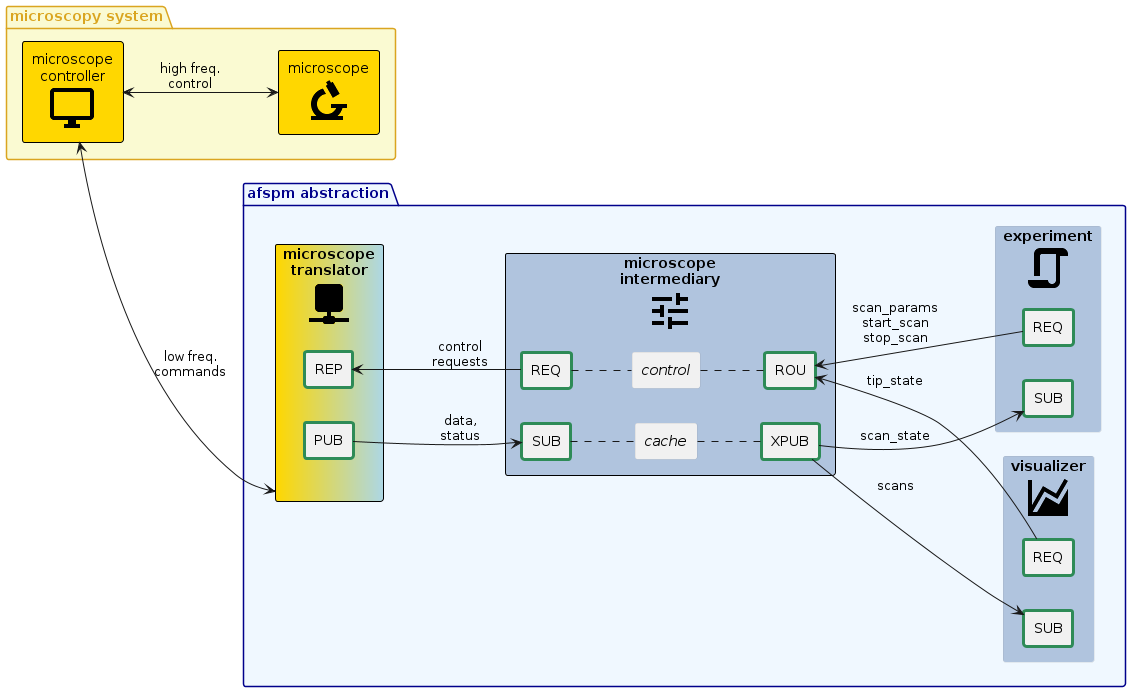
The PlantUML diagram docs/images/afspm_control.png in nsulmol/afspm, before a commit.
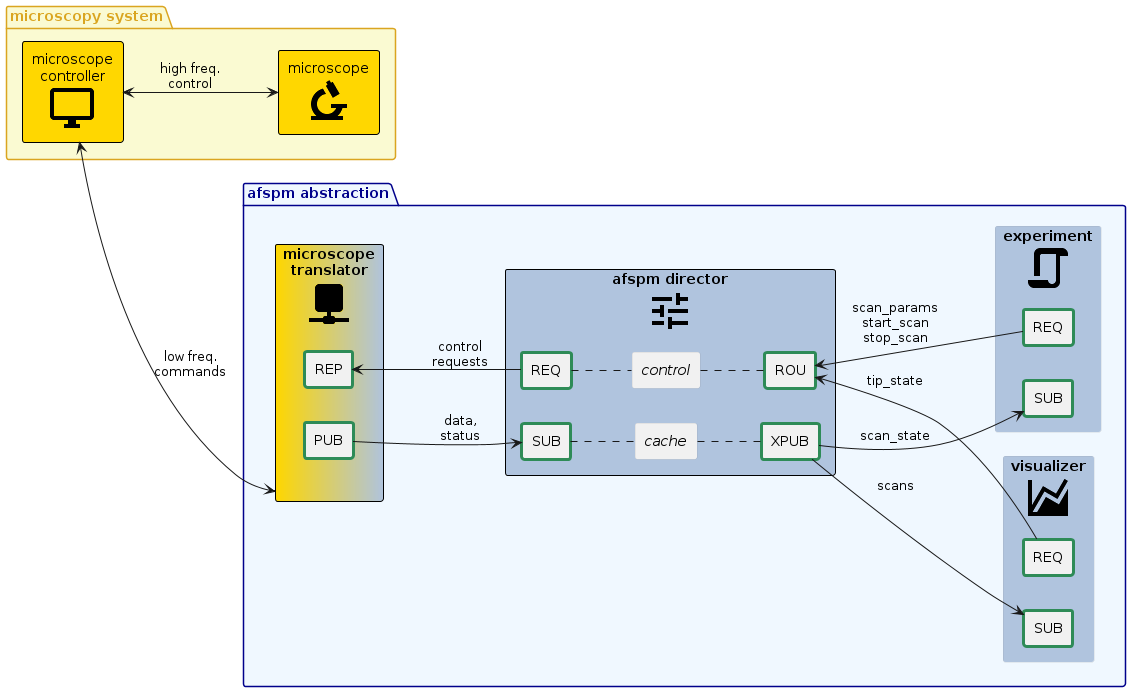
Above is the later version.

The edit, as a diff of the source:
```diff
@@ -15,7 +15,7 @@
   }
 
 
-  component "microscope\nintermediary\n<$ma_tune>" <<internal>> <<required>> as afspm_con {
+  component "afspm director\n<$ma_tune>" <<internal>> <<required>> as afspm_con {
     component SUB <<socket>> as afspm_sub
     component XPUB <<socket>> as afspm_pub
     component "//cache//" as afspm_cache
```
